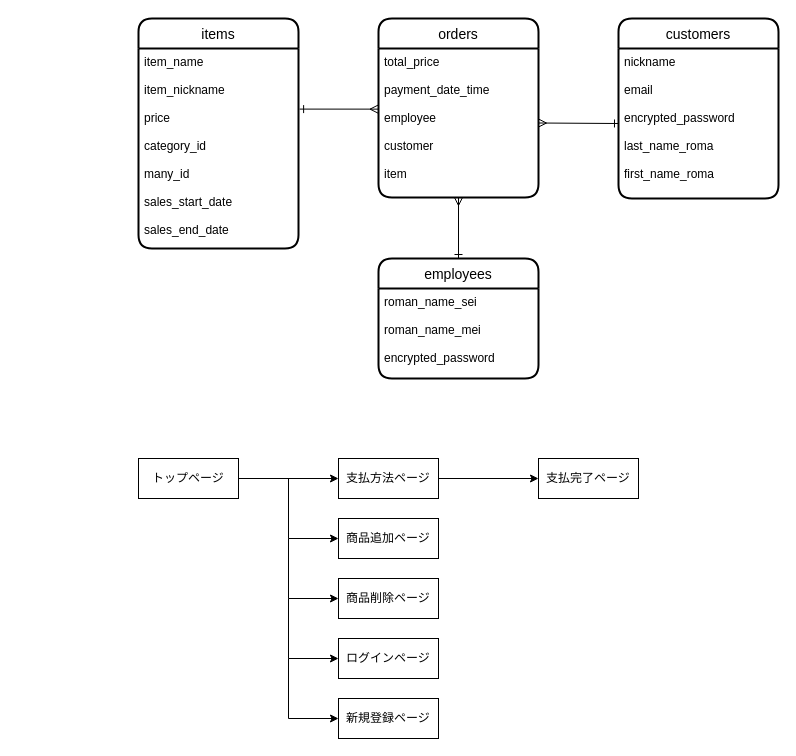
The draw.io diagram pcr.dio in kazami1066/PlainCashRegister, before the edit. Source tidied: cells renumbered, new cells numbered last; positions are measured from the earlier drawing's top-left corner, leaving out a move shared by most shapes. Both pictures are drawn from the tidied source at 100%, with x=0, y=0 at pixel (138, 18).
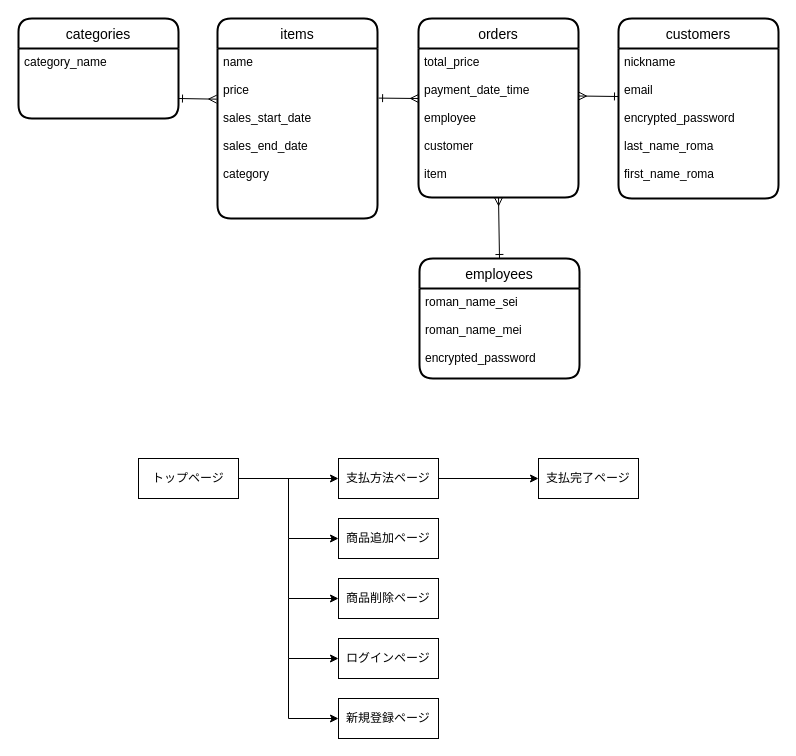
The same diagram, later.

Unchanged cells that the change refers to:
```xml
<mxCell id="5" value="total_price&#10;&#10;payment_date_time&#10;&#10;employee&#10;&#10;customer&#10;&#10;item" style="align=left;strokeColor=none;fillColor=none;spacingLeft=4;fontSize=12;verticalAlign=top;" parent="4" vertex="1">
  <mxGeometry y="30" width="160" height="149" as="geometry" />
</mxCell>
<mxCell id="10" value="nickname&#10;&#10;email&#10;&#10;encrypted_password&#10;&#10;last_name_roma&#10;&#10;first_name_roma" style="align=left;strokeColor=none;fillColor=none;spacingLeft=4;fontSize=12;verticalAlign=top;" parent="9" vertex="1">
  <mxGeometry y="30" width="160" height="150" as="geometry" />
</mxCell>
```

Diff of the diagram source:
```diff
@@
+    <mxCell id="26" style="edgeStyle=none;html=1;exitX=-0.005;exitY=0.298;exitDx=0;exitDy=0;startArrow=ERmany;startFill=0;endArrow=ERone;endFill=0;exitPerimeter=0;" parent="1" edge="1" source="3">
+      <mxGeometry relative="1" as="geometry">
+        <mxPoint x="40" y="80" as="targetPoint" />
+      </mxGeometry>
+    </mxCell>
     <mxCell id="2" value="items" style="swimlane;horizontal=1;startSize=30;rounded=1;fontSize=14;fontStyle=0;strokeWidth=2;shadow=0;dashed=0;align=center;" parent="1" vertex="1">
-      <mxGeometry width="160" height="230" as="geometry" />
+      <mxGeometry x="79" width="160" height="200" as="geometry" />
     </mxCell>
-    <mxCell id="3" value="item_name&#10;&#10;item_nickname&#10;&#10;price&#10;&#10;category_id&#10;&#10;many_id&#10;&#10;sales_start_date&#10;&#10;sales_end_date" style="align=left;strokeColor=none;fillColor=none;spacingLeft=4;fontSize=12;verticalAlign=top;" parent="2" vertex="1">
-      <mxGeometry y="30" width="160" height="200" as="geometry" />
+    <mxCell id="3" value="name&#10;&#10;price&#10;&#10;sales_start_date&#10;&#10;sales_end_date&#10;&#10;category" style="align=left;strokeColor=none;fillColor=none;spacingLeft=4;fontSize=12;verticalAlign=top;" parent="2" vertex="1">
+      <mxGeometry y="30" width="160" height="170" as="geometry" />
     </mxCell>
     <mxCell id="4" value="orders" style="swimlane;horizontal=1;startSize=30;rounded=1;fontSize=14;fontStyle=0;strokeWidth=2;shadow=0;dashed=0;align=center;" parent="1" vertex="1">
-      <mxGeometry x="240" width="160" height="179" as="geometry" />
+      <mxGeometry x="280" width="160" height="179" as="geometry" />
     </mxCell>
@@
     <mxCell id="7" value="employees" style="swimlane;horizontal=1;startSize=30;rounded=1;fontSize=14;fontStyle=0;strokeWidth=2;shadow=0;dashed=0;align=center;" parent="1" vertex="1">
-      <mxGeometry x="240" y="240" width="160" height="120" as="geometry" />
+      <mxGeometry x="281" y="240" width="160" height="120" as="geometry" />
     </mxCell>
@@
-    <mxCell id="11" style="edgeStyle=none;html=1;exitX=1.007;exitY=0.303;exitDx=0;exitDy=0;startArrow=ERone;startFill=0;endArrow=ERmany;endFill=0;exitPerimeter=0;entryX=-0.003;entryY=0.407;entryDx=0;entryDy=0;entryPerimeter=0;" parent="1" edge="1" source="3" target="5">
-      <mxGeometry relative="1" as="geometry" />
+    <mxCell id="11" style="edgeStyle=none;html=1;exitX=1.007;exitY=0.303;exitDx=0;exitDy=0;startArrow=ERone;startFill=0;endArrow=ERmany;endFill=0;exitPerimeter=0;" parent="1" edge="1">
+      <mxGeometry relative="1" as="geometry">
+        <mxPoint x="240.1" y="79.6" as="sourcePoint" />
+        <mxPoint x="280" y="80" as="targetPoint" />
+      </mxGeometry>
     </mxCell>
-    <mxCell id="12" style="edgeStyle=none;html=1;exitX=0;exitY=0.5;exitDx=0;exitDy=0;entryX=1;entryY=0.5;entryDx=0;entryDy=0;startArrow=ERone;startFill=0;endArrow=ERmany;endFill=0;" parent="1" edge="1" source="10" target="5">
-      <mxGeometry relative="1" as="geometry" />
+    <mxCell id="12" style="edgeStyle=none;html=1;entryX=1;entryY=0.5;entryDx=0;entryDy=0;startArrow=ERone;startFill=0;endArrow=ERmany;endFill=0;" parent="1" edge="1">
+      <mxGeometry relative="1" as="geometry">
+        <mxPoint x="480" y="78" as="sourcePoint" />
+        <mxPoint x="440" y="77.5" as="targetPoint" />
+      </mxGeometry>
     </mxCell>
@@
+    <mxCell id="27" value="categories" style="swimlane;horizontal=1;startSize=30;rounded=1;fontSize=14;fontStyle=0;strokeWidth=2;shadow=0;dashed=0;align=center;" parent="1" vertex="1">
+      <mxGeometry x="-120" width="160" height="100" as="geometry" />
+    </mxCell>
+    <mxCell id="28" value="category_name" style="align=left;strokeColor=none;fillColor=none;spacingLeft=4;fontSize=12;verticalAlign=top;" parent="27" vertex="1">
+      <mxGeometry y="30" width="160" height="70" as="geometry" />
+    </mxCell>
```
